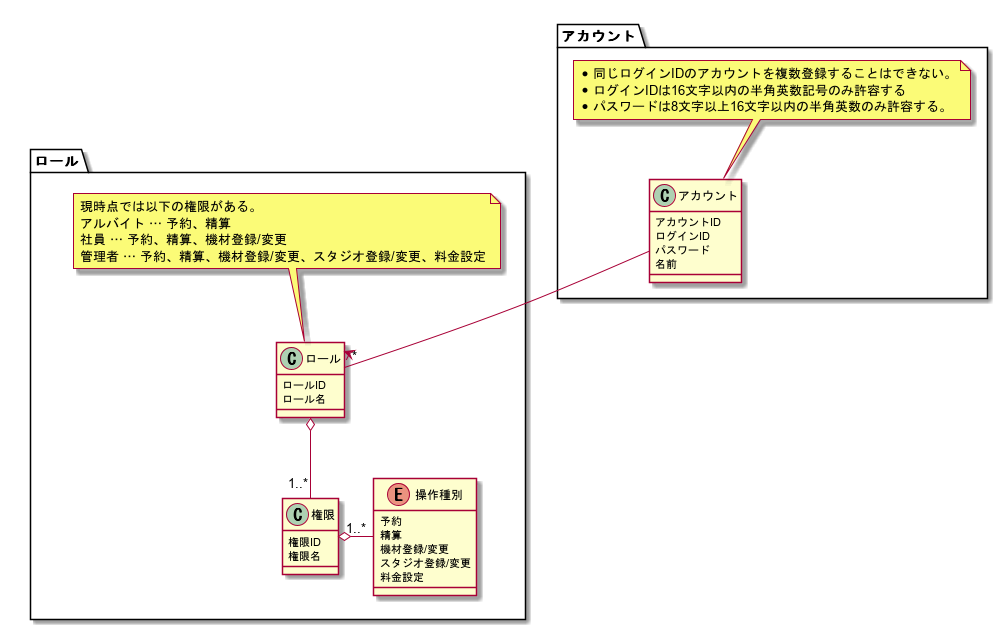
TakashiOnawa/ddd-practice-studio-reservation keeps this PlantUML diagram as modeling/07_DomainModel_認証/DomainModel.png. Above is the earlier version.
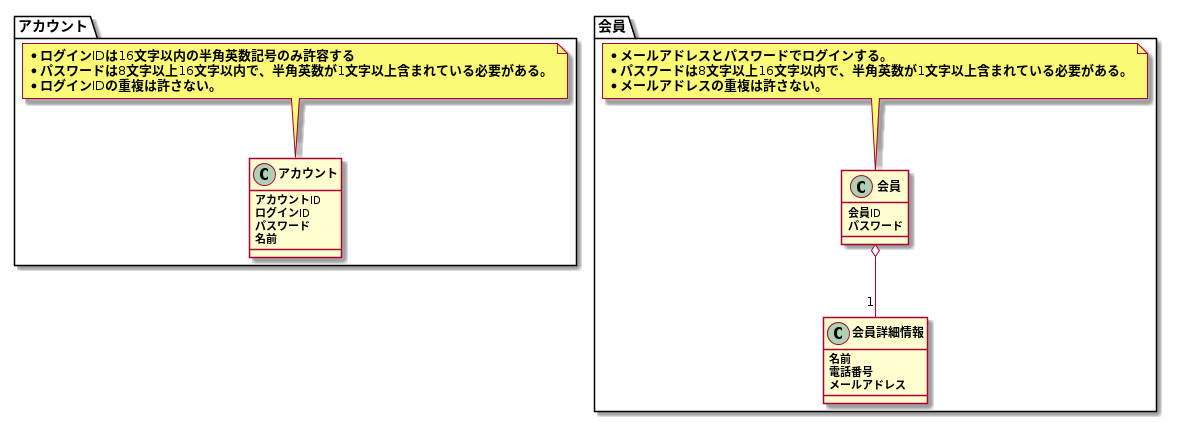
The same file after the commit.

What changed in the source:
```diff
@@ -8,42 +8,31 @@
         名前
     }
 
-    アカウント --> "*" ロール
-
     note top of アカウント
-    * 同じログインIDのアカウントを複数登録することはできない。
     * ログインIDは16文字以内の半角英数記号のみ許容する
-    * パスワードは8文字以上16文字以内の半角英数のみ許容する。
+    * パスワードは8文字以上16文字以内で、半角英数が1文字以上含まれている必要がある。
+    * ログインIDの重複は許さない。
     end note
 }
 
-package ロール {
-    class ロール {
-        ロールID
-        ロール名
+package 会員 {
+    class 会員 {
+        会員ID
+        パスワード
     }
 
-    class 権限 {
-        権限ID
-        権限名
+    class 会員詳細情報 {
+        名前
+        電話番号
+        メールアドレス
     }
 
-    enum 操作種別 {
-        予約
-        精算
-        機材登録/変更
-        スタジオ登録/変更
-        料金設定
-    }
+    会員 o-- "1" 会員詳細情報
 
-    ロール o-- "1..*" 権限
-    権限 o- "1..*" 操作種別
-
-    note top of ロール
-    現時点では以下の権限がある。
-    アルバイト … 予約、精算
-    社員 … 予約、精算、機材登録/変更
-    管理者 … 予約、精算、機材登録/変更、スタジオ登録/変更、料金設定
+    note top of 会員
+    * メールアドレスとパスワードでログインする。
+    * パスワードは8文字以上16文字以内で、半角英数が1文字以上含まれている必要がある。
+    * メールアドレスの重複は許さない。
     end note
 }
 
```
